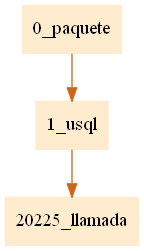
This is pr1Compilarodores2/paquete.png from JamesMelgar/compi2javaccpr1, a Graphviz export, as it was before one commit. Its source is kept beside it as pr1Compilarodores2/paquete.dot.
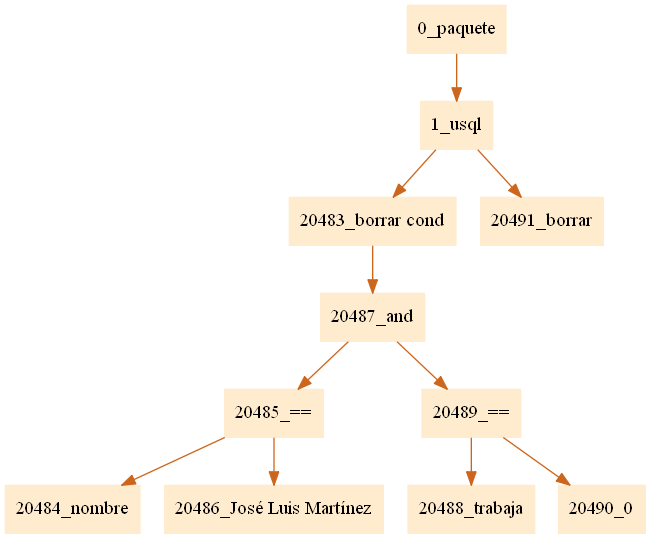
The same diagram one commit later.

What changed in the source:
```diff
@@ -1,5 +1,5 @@
 digraph G {node[shape=box, style=filled, color=blanchedalmond]; edge[color=chocolate3];rankdir=UD
 
-"0_paquete"->"1_usql""1_usql"->"20225_llamada"
+"0_paquete"->"1_usql""1_usql"->"20483_borrar cond""20483_borrar cond"->"20487_and""20487_and"->"20485_==""20485_=="->"20484_nombre""20485_=="->"20486_José Luis Martínez""20487_and"->"20489_==""20489_=="->"20488_trabaja""20489_=="->"20490_0""1_usql"->"20491_borrar"
 
 }
```
